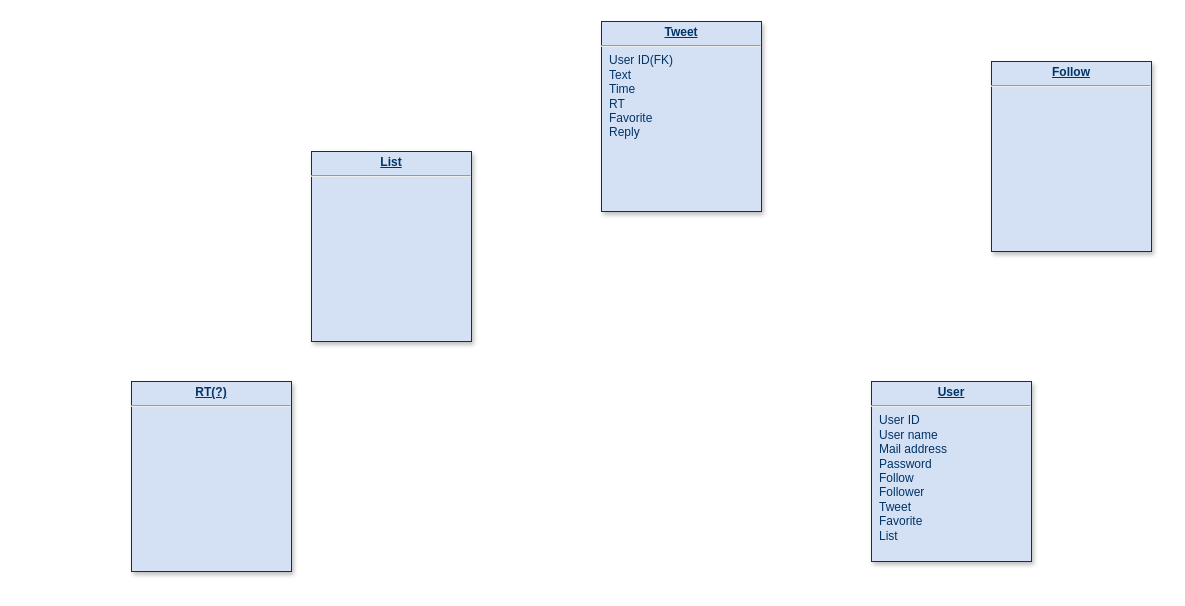
Earlier version of the draw.io diagram Untitled Diagram.drawio (fuwa-syugyo/hello-world). Source tidied: cells renumbered, new cells numbered last; positions are measured from the earlier drawing's top-left corner, leaving out a move shared by most shapes. Both pictures are drawn from the tidied source at 100%, with x=0, y=0 at pixel (131, 21).
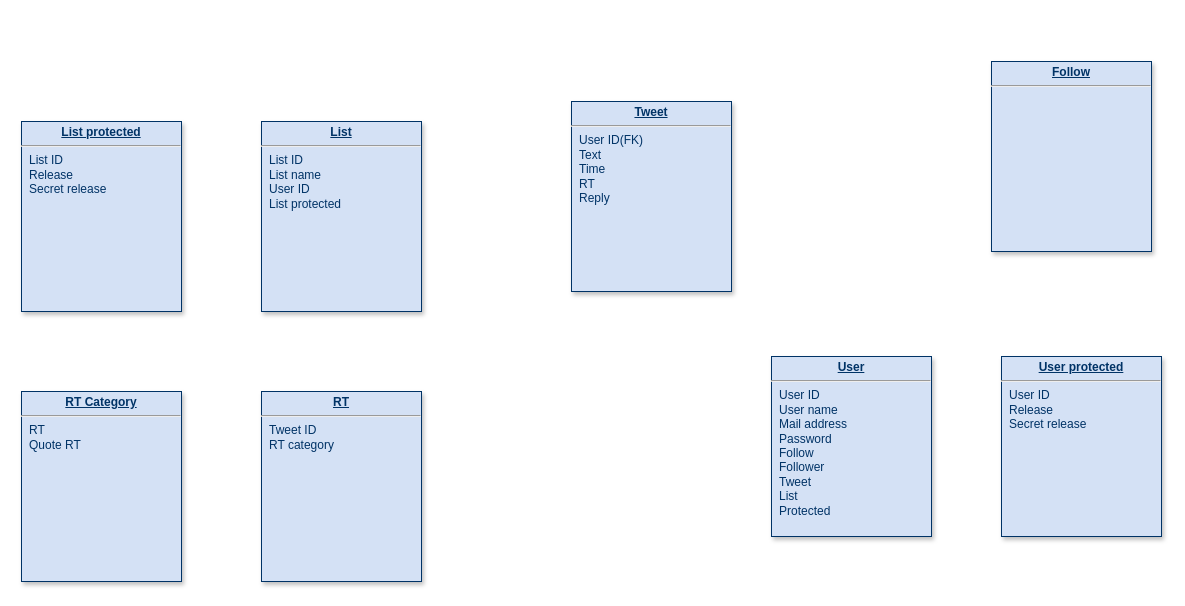
The same diagram, later.

Diff of the diagram source:
```diff
@@
 <mxGraphModel>
   <root>
     <mxCell id="0" />
     <mxCell id="1" parent="0" />
-    <mxCell id="2" value="&lt;p style=&quot;margin: 0px ; margin-top: 4px ; text-align: center ; text-decoration: underline&quot;&gt;&lt;strong&gt;User&lt;/strong&gt;&lt;/p&gt;&lt;hr&gt;&lt;p style=&quot;margin: 0px ; margin-left: 8px&quot;&gt;User ID&lt;/p&gt;&lt;p style=&quot;margin: 0px ; margin-left: 8px&quot;&gt;User name&lt;/p&gt;&lt;p style=&quot;margin: 0px ; margin-left: 8px&quot;&gt;Mail address&lt;/p&gt;&lt;p style=&quot;margin: 0px ; margin-left: 8px&quot;&gt;Password&lt;/p&gt;&lt;p style=&quot;margin: 0px ; margin-left: 8px&quot;&gt;Follow&lt;/p&gt;&lt;p style=&quot;margin: 0px ; margin-left: 8px&quot;&gt;Follower&lt;/p&gt;&lt;p style=&quot;margin: 0px ; margin-left: 8px&quot;&gt;Tweet&lt;/p&gt;&lt;p style=&quot;margin: 0px ; margin-left: 8px&quot;&gt;Favorite&lt;/p&gt;&lt;p style=&quot;margin: 0px ; margin-left: 8px&quot;&gt;List&lt;/p&gt;&lt;p style=&quot;margin: 0px ; margin-left: 8px&quot;&gt;&lt;br&gt;&lt;/p&gt;" style="verticalAlign=top;align=left;overflow=fill;fontSize=12;fontFamily=Helvetica;html=1;strokeColor=#003366;shadow=1;fillColor=#D4E1F5;fontColor=#003366;" parent="1" vertex="1">
-      <mxGeometry x="740" y="360" width="160" height="180" as="geometry" />
+    <mxCell id="2" value="&lt;p style=&quot;margin: 0px ; margin-top: 4px ; text-align: center ; text-decoration: underline&quot;&gt;&lt;strong&gt;User&lt;/strong&gt;&lt;/p&gt;&lt;hr&gt;&lt;p style=&quot;margin: 0px ; margin-left: 8px&quot;&gt;User ID&lt;/p&gt;&lt;p style=&quot;margin: 0px ; margin-left: 8px&quot;&gt;User name&lt;/p&gt;&lt;p style=&quot;margin: 0px ; margin-left: 8px&quot;&gt;Mail address&lt;/p&gt;&lt;p style=&quot;margin: 0px ; margin-left: 8px&quot;&gt;Password&lt;/p&gt;&lt;p style=&quot;margin: 0px ; margin-left: 8px&quot;&gt;Follow&lt;/p&gt;&lt;p style=&quot;margin: 0px ; margin-left: 8px&quot;&gt;Follower&lt;/p&gt;&lt;p style=&quot;margin: 0px ; margin-left: 8px&quot;&gt;Tweet&lt;/p&gt;&lt;p style=&quot;margin: 0px ; margin-left: 8px&quot;&gt;List&lt;/p&gt;&lt;p style=&quot;margin: 0px ; margin-left: 8px&quot;&gt;Protected&lt;/p&gt;&lt;p style=&quot;margin: 0px ; margin-left: 8px&quot;&gt;&lt;br&gt;&lt;/p&gt;" style="verticalAlign=top;align=left;overflow=fill;fontSize=12;fontFamily=Helvetica;html=1;strokeColor=#003366;shadow=1;fillColor=#D4E1F5;fontColor=#003366;" parent="1" vertex="1">
+      <mxGeometry x="640" y="335" width="160" height="180" as="geometry" />
     </mxCell>
-    <mxCell id="3" value="&lt;p style=&quot;margin: 0px ; margin-top: 4px ; text-align: center ; text-decoration: underline&quot;&gt;&lt;strong&gt;Tweet&lt;/strong&gt;&lt;/p&gt;&lt;hr&gt;&lt;p style=&quot;margin: 0px ; margin-left: 8px&quot;&gt;User ID(FK)&lt;/p&gt;&lt;p style=&quot;margin: 0px ; margin-left: 8px&quot;&gt;Text&lt;/p&gt;&lt;p style=&quot;margin: 0px ; margin-left: 8px&quot;&gt;Time&lt;/p&gt;&lt;p style=&quot;margin: 0px ; margin-left: 8px&quot;&gt;RT&lt;/p&gt;&lt;p style=&quot;margin: 0px ; margin-left: 8px&quot;&gt;Favorite&lt;/p&gt;&lt;p style=&quot;margin: 0px ; margin-left: 8px&quot;&gt;Reply&lt;/p&gt;" style="verticalAlign=top;align=left;overflow=fill;fontSize=12;fontFamily=Helvetica;html=1;strokeColor=#003366;shadow=1;fillColor=#D4E1F5;fontColor=#003366;" parent="1" vertex="1">
-      <mxGeometry x="470" width="160" height="190" as="geometry" />
+    <mxCell id="3" value="&lt;p style=&quot;margin: 0px ; margin-top: 4px ; text-align: center ; text-decoration: underline&quot;&gt;&lt;strong&gt;Tweet&lt;/strong&gt;&lt;/p&gt;&lt;hr&gt;&lt;p style=&quot;margin: 0px ; margin-left: 8px&quot;&gt;User ID(FK)&lt;/p&gt;&lt;p style=&quot;margin: 0px ; margin-left: 8px&quot;&gt;Text&lt;/p&gt;&lt;p style=&quot;margin: 0px ; margin-left: 8px&quot;&gt;Time&lt;/p&gt;&lt;p style=&quot;margin: 0px ; margin-left: 8px&quot;&gt;RT&lt;/p&gt;&lt;p style=&quot;margin: 0px ; margin-left: 8px&quot;&gt;Reply&lt;/p&gt;" style="verticalAlign=top;align=left;overflow=fill;fontSize=12;fontFamily=Helvetica;html=1;strokeColor=#003366;shadow=1;fillColor=#D4E1F5;fontColor=#003366;" parent="1" vertex="1">
+      <mxGeometry x="440" y="80" width="160" height="190" as="geometry" />
     </mxCell>
-    <mxCell id="4" value="&lt;p style=&quot;margin: 0px ; margin-top: 4px ; text-align: center ; text-decoration: underline&quot;&gt;&lt;b&gt;List&lt;/b&gt;&lt;/p&gt;&lt;hr&gt;&lt;p style=&quot;margin: 0px ; margin-left: 8px&quot;&gt;&lt;br&gt;&lt;/p&gt;" style="verticalAlign=top;align=left;overflow=fill;fontSize=12;fontFamily=Helvetica;html=1;strokeColor=#003366;shadow=1;fillColor=#D4E1F5;fontColor=#003366;" parent="1" vertex="1">
-      <mxGeometry x="180" y="130" width="160" height="190" as="geometry" />
+    <mxCell id="4" value="&lt;p style=&quot;margin: 0px ; margin-top: 4px ; text-align: center ; text-decoration: underline&quot;&gt;&lt;b&gt;List&lt;/b&gt;&lt;/p&gt;&lt;hr&gt;&lt;p style=&quot;margin: 0px ; margin-left: 8px&quot;&gt;List ID&lt;/p&gt;&lt;p style=&quot;margin: 0px ; margin-left: 8px&quot;&gt;List name&lt;/p&gt;&lt;p style=&quot;margin: 0px ; margin-left: 8px&quot;&gt;User ID&lt;/p&gt;&lt;p style=&quot;margin: 0px ; margin-left: 8px&quot;&gt;List protected&lt;/p&gt;" style="verticalAlign=top;align=left;overflow=fill;fontSize=12;fontFamily=Helvetica;html=1;strokeColor=#003366;shadow=1;fillColor=#D4E1F5;fontColor=#003366;" parent="1" vertex="1">
+      <mxGeometry x="130" y="100" width="160" height="190" as="geometry" />
     </mxCell>
     <mxCell id="5" value="&lt;p style=&quot;margin: 0px ; margin-top: 4px ; text-align: center ; text-decoration: underline&quot;&gt;&lt;b&gt;Follow&lt;/b&gt;&lt;/p&gt;&lt;hr&gt;&lt;p style=&quot;margin: 0px ; margin-left: 8px&quot;&gt;&lt;br&gt;&lt;/p&gt;" style="verticalAlign=top;align=left;overflow=fill;fontSize=12;fontFamily=Helvetica;html=1;strokeColor=#003366;shadow=1;fillColor=#D4E1F5;fontColor=#003366;" parent="1" vertex="1">
       <mxGeometry x="860" y="40" width="160" height="190" as="geometry" />
     </mxCell>
-    <mxCell id="6" value="&lt;p style=&quot;margin: 0px ; margin-top: 4px ; text-align: center ; text-decoration: underline&quot;&gt;&lt;b&gt;RT(?)&lt;/b&gt;&lt;/p&gt;&lt;hr&gt;&lt;p style=&quot;margin: 0px ; margin-left: 8px&quot;&gt;&lt;br&gt;&lt;/p&gt;" style="verticalAlign=top;align=left;overflow=fill;fontSize=12;fontFamily=Helvetica;html=1;strokeColor=#003366;shadow=1;fillColor=#D4E1F5;fontColor=#003366;" parent="1" vertex="1">
-      <mxGeometry y="360" width="160" height="190" as="geometry" />
+    <mxCell id="6" value="&lt;p style=&quot;margin: 0px ; margin-top: 4px ; text-align: center ; text-decoration: underline&quot;&gt;&lt;b&gt;RT&lt;/b&gt;&lt;/p&gt;&lt;hr&gt;&lt;p style=&quot;margin: 0px ; margin-left: 8px&quot;&gt;Tweet ID&lt;/p&gt;&lt;p style=&quot;margin: 0px ; margin-left: 8px&quot;&gt;RT category&lt;/p&gt;" style="verticalAlign=top;align=left;overflow=fill;fontSize=12;fontFamily=Helvetica;html=1;strokeColor=#003366;shadow=1;fillColor=#D4E1F5;fontColor=#003366;" parent="1" vertex="1">
+      <mxGeometry x="130" y="370" width="160" height="190" as="geometry" />
     </mxCell>
+    <mxCell id="7" value="&lt;p style=&quot;margin: 0px ; margin-top: 4px ; text-align: center ; text-decoration: underline&quot;&gt;&lt;b&gt;RT Category&lt;/b&gt;&lt;/p&gt;&lt;hr&gt;&lt;p style=&quot;margin: 0px ; margin-left: 8px&quot;&gt;RT&lt;/p&gt;&lt;p style=&quot;margin: 0px ; margin-left: 8px&quot;&gt;Quote RT&lt;/p&gt;" style="verticalAlign=top;align=left;overflow=fill;fontSize=12;fontFamily=Helvetica;html=1;strokeColor=#003366;shadow=1;fillColor=#D4E1F5;fontColor=#003366;" parent="1" vertex="1">
+      <mxGeometry x="-110" y="370" width="160" height="190" as="geometry" />
+    </mxCell>
+    <mxCell id="8" value="&lt;p style=&quot;margin: 0px ; margin-top: 4px ; text-align: center ; text-decoration: underline&quot;&gt;&lt;b&gt;List protected&lt;/b&gt;&lt;/p&gt;&lt;hr&gt;&lt;p style=&quot;margin: 0px ; margin-left: 8px&quot;&gt;List ID&lt;/p&gt;&lt;p style=&quot;margin: 0px ; margin-left: 8px&quot;&gt;Release&lt;/p&gt;&lt;p style=&quot;margin: 0px ; margin-left: 8px&quot;&gt;Secret release&lt;/p&gt;" style="verticalAlign=top;align=left;overflow=fill;fontSize=12;fontFamily=Helvetica;html=1;strokeColor=#003366;shadow=1;fillColor=#D4E1F5;fontColor=#003366;" parent="1" vertex="1">
+      <mxGeometry x="-110" y="100" width="160" height="190" as="geometry" />
+    </mxCell>
+    <mxCell id="9" value="&lt;p style=&quot;margin: 0px ; margin-top: 4px ; text-align: center ; text-decoration: underline&quot;&gt;&lt;strong&gt;User protected&lt;/strong&gt;&lt;/p&gt;&lt;hr&gt;&lt;p style=&quot;margin: 0px ; margin-left: 8px&quot;&gt;User ID&lt;/p&gt;&lt;p style=&quot;margin: 0px ; margin-left: 8px&quot;&gt;Release&lt;/p&gt;&lt;p style=&quot;margin: 0px ; margin-left: 8px&quot;&gt;Secret release&lt;/p&gt;&lt;p style=&quot;margin: 0px ; margin-left: 8px&quot;&gt;&lt;br&gt;&lt;/p&gt;" style="verticalAlign=top;align=left;overflow=fill;fontSize=12;fontFamily=Helvetica;html=1;strokeColor=#003366;shadow=1;fillColor=#D4E1F5;fontColor=#003366;" parent="1" vertex="1">
+      <mxGeometry x="870" y="335" width="160" height="180" as="geometry" />
+    </mxCell>
   </root>
 </mxGraphModel>
```
